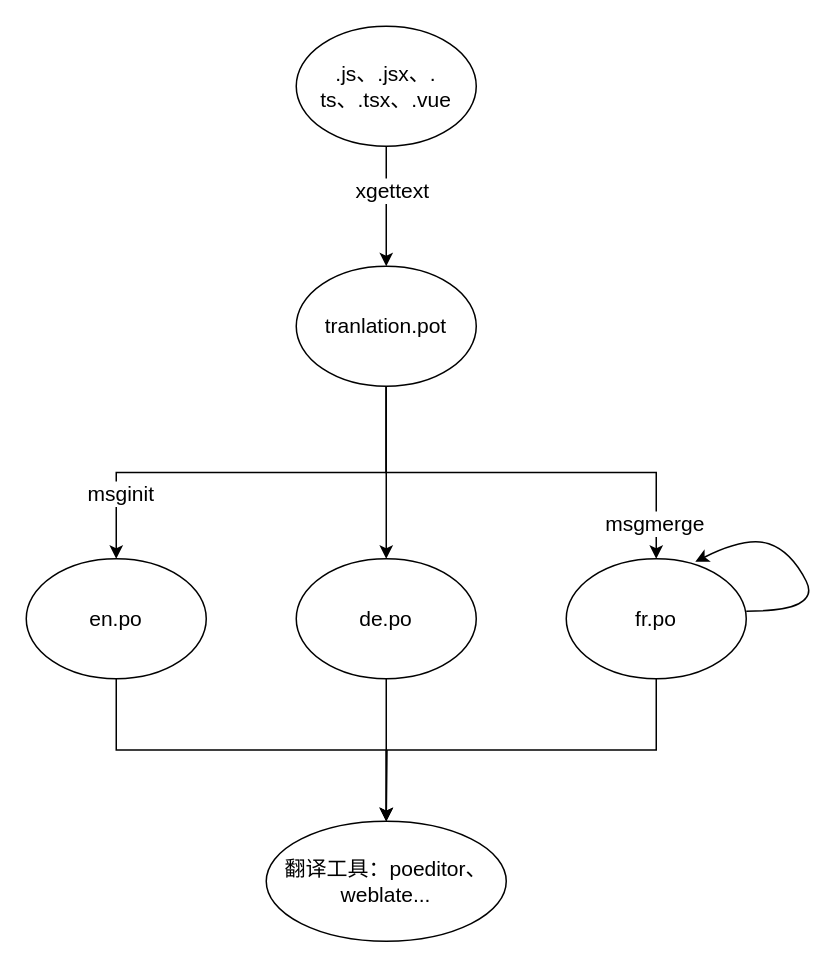
Above: 未命名绘图.drawio in bdwenxi/awesome-mobx (draw.io), before the change. Source tidied: cells renumbered, new cells numbered last; positions are measured from the earlier drawing's top-left corner, leaving out a move shared by most shapes. Both pictures are drawn from the tidied source at 150%, with x=0, y=0 at pixel (26, 26).
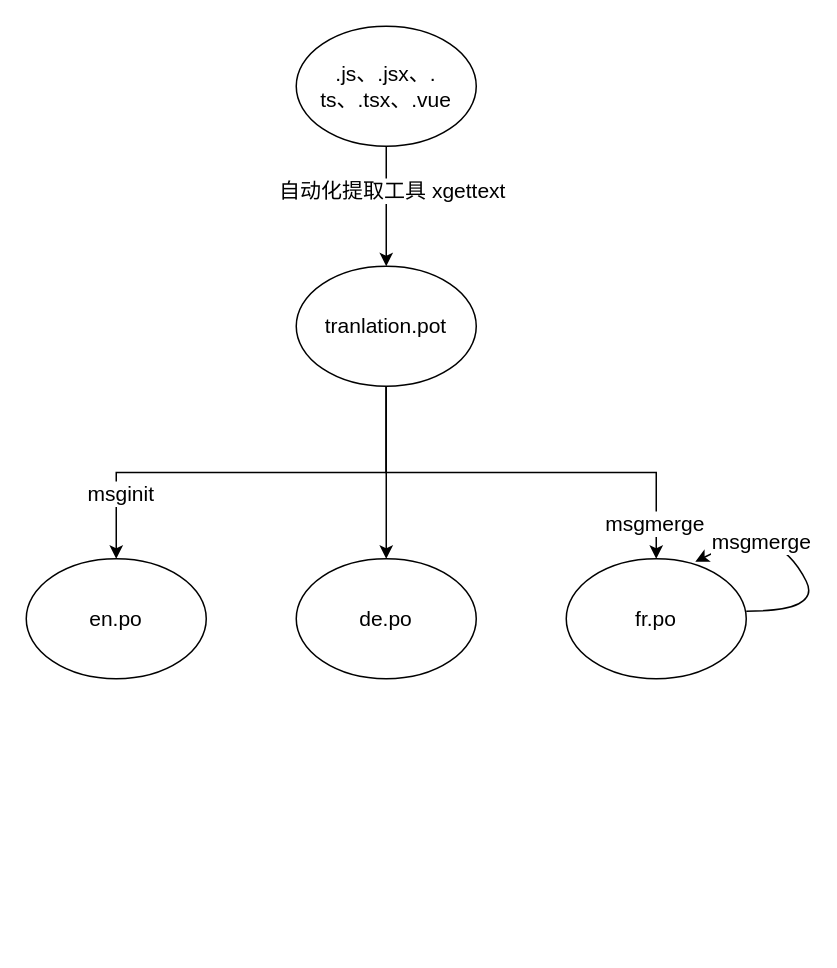
The same page after the edit.

Commit message (it also covers changes not shown here):
更新未命名绘图.drawio

The change refers to these unchanged cells:
```xml
<mxCell id="2" style="edgeStyle=orthogonalEdgeStyle;rounded=0;jettySize=auto;html=1;exitX=0.5;exitY=1;exitDx=0;exitDy=0;entryX=0.5;entryY=0;entryDx=0;entryDy=0;fontSize=14;" parent="1" edge="1" source="4" target="10">
  <mxGeometry relative="1" as="geometry" />
</mxCell>
<mxCell id="12" value="en.po" style="ellipse;whiteSpace=wrap;html=1;fontSize=14;" parent="1" vertex="1">
  <mxGeometry y="355" width="120" height="80" as="geometry" />
</mxCell>
<mxCell id="14" value="de.po" style="ellipse;whiteSpace=wrap;html=1;fontSize=14;" parent="1" vertex="1">
  <mxGeometry x="180" y="355" width="120" height="80" as="geometry" />
</mxCell>
<mxCell id="16" value="fr.po" style="ellipse;whiteSpace=wrap;html=1;fontSize=14;" parent="1" vertex="1">
  <mxGeometry x="360" y="355" width="120" height="80" as="geometry" />
</mxCell>
<mxCell id="17" style="curved=1;endArrow=classic;html=1;rounded=0;fontSize=14;entryX=0.717;entryY=0.025;entryDx=0;entryDy=0;entryPerimeter=0;" parent="1" edge="1" target="16">
  <mxGeometry relative="1" as="geometry">
    <mxPoint x="480" y="390" as="sourcePoint" />
    <Array as="points">
      <mxPoint x="530" y="390" />
      <mxPoint x="510" y="350" />
      <mxPoint x="480" y="340" />
    </Array>
  </mxGeometry>
</mxCell>
```

What changed in the source:
```diff
@@
-    <mxCell id="3" value="xgettext" style="edgeLabel;html=1;align=center;verticalAlign=middle;fontSize=14;" parent="2" vertex="1">
+    <mxCell id="3" value="自动化提取工具 xgettext" style="edgeLabel;html=1;align=center;verticalAlign=middle;fontSize=14;" parent="2" vertex="1">
       <mxGeometry x="-0.28" y="3" relative="1" as="geometry" />
     </mxCell>
@@
-    <mxCell id="11" style="edgeStyle=orthogonalEdgeStyle;rounded=0;jettySize=auto;html=1;exitX=0.5;exitY=1;exitDx=0;exitDy=0;entryX=0.5;entryY=0;entryDx=0;entryDy=0;fontSize=14;" parent="1" edge="1" source="12" target="18">
-      <mxGeometry relative="1" as="geometry" />
-    </mxCell>
@@
-    <mxCell id="13" style="edgeStyle=orthogonalEdgeStyle;rounded=0;jettySize=auto;html=1;exitX=0.5;exitY=1;exitDx=0;exitDy=0;entryX=0.5;entryY=0;entryDx=0;entryDy=0;fontSize=14;" parent="1" edge="1" source="14" target="18">
-      <mxGeometry relative="1" as="geometry" />
-    </mxCell>
@@
-    <mxCell id="15" style="edgeStyle=orthogonalEdgeStyle;rounded=0;jettySize=auto;html=1;exitX=0.5;exitY=1;exitDx=0;exitDy=0;fontSize=14;" parent="1" edge="1" source="16">
-      <mxGeometry relative="1" as="geometry">
-        <mxPoint x="240" y="530" as="targetPoint" />
-      </mxGeometry>
-    </mxCell>
@@
-    <mxCell id="18" value="翻译工具：poeditor、weblate..." style="ellipse;whiteSpace=wrap;html=1;fontSize=14;" parent="1" vertex="1">
-      <mxGeometry x="160" y="530" width="160" height="80" as="geometry" />
-    </mxCell>
+    <mxCell id="19" value="msgmerge" style="edgeLabel;html=1;align=center;verticalAlign=middle;fontSize=14;" parent="17" vertex="1">
+      <mxGeometry x="0.41" relative="1" as="geometry" />
+    </mxCell>
```
